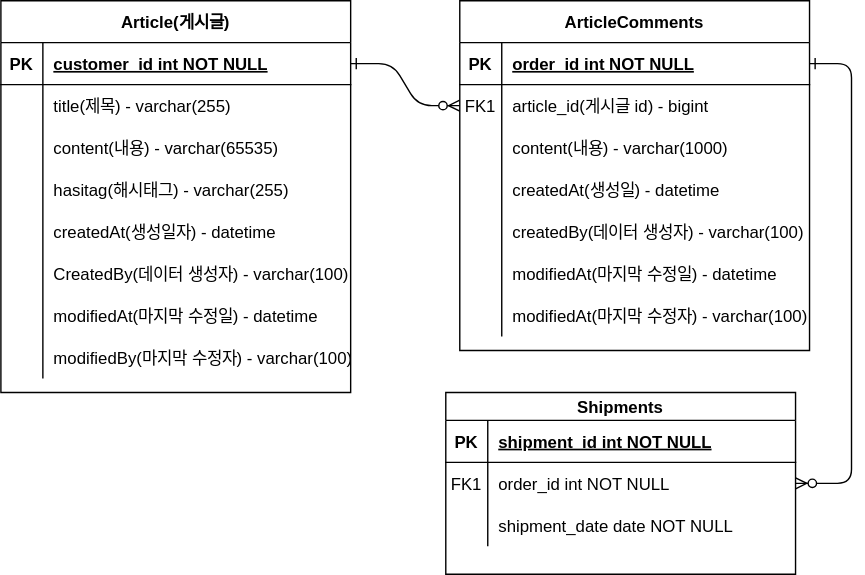
This is document/project-board-erd.drawio.svg from xron2929/fastcampus-project-board, a draw.io export, as it was before one commit. Source tidied: cells renumbered, new cells last; positions are measured from the earlier drawing's top-left corner, leaving out a move shared by most shapes.
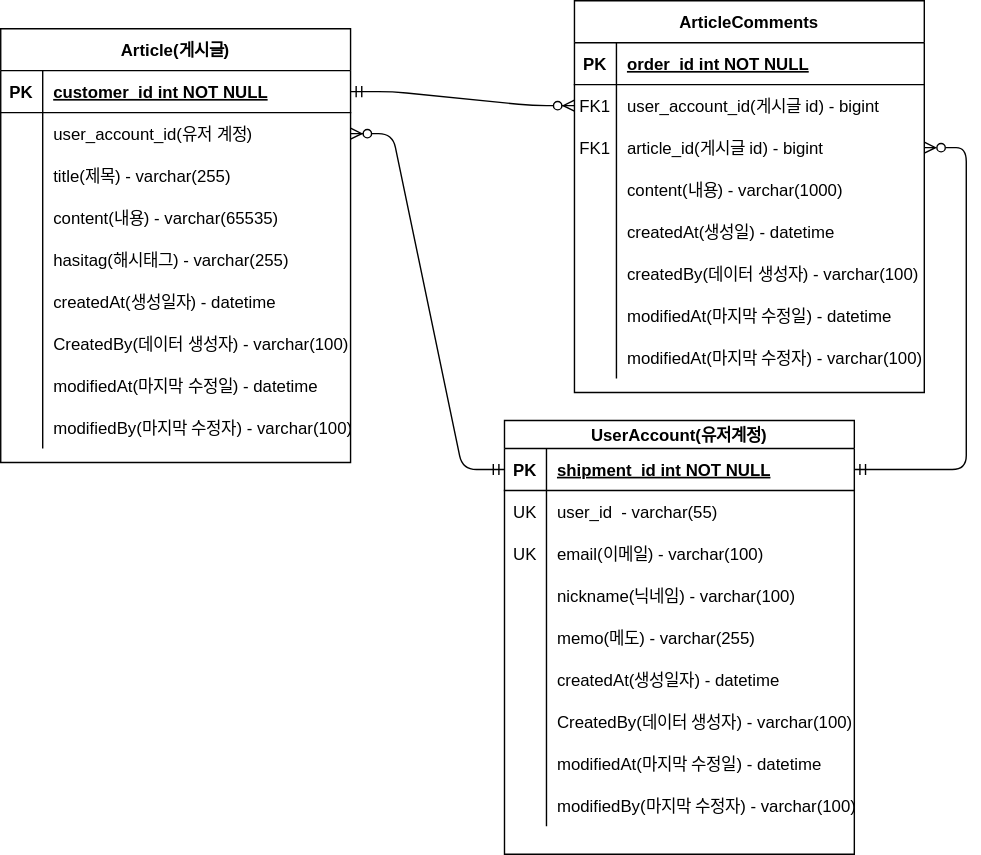
The same diagram one commit later.

What changed in the source:
```diff
@@ -2,14 +2,11 @@
   <root>
     <mxCell id="0" />
     <mxCell id="1" parent="0" />
-    <mxCell id="2" style="edgeStyle=entityRelationEdgeStyle;endArrow=ERzeroToMany;startArrow=ERone;endFill=1;startFill=0;" parent="1" edge="1" source="37" target="8">
-      <mxGeometry relative="1" as="geometry" />
-    </mxCell>
-    <mxCell id="3" style="edgeStyle=entityRelationEdgeStyle;endArrow=ERzeroToMany;startArrow=ERone;endFill=1;startFill=0;" parent="1" edge="1" source="5" target="30">
+    <mxCell id="3" style="edgeStyle=entityRelationEdgeStyle;endArrow=ERmandOne;startArrow=ERzeroToMany;endFill=0;startFill=0;entryX=1;entryY=0.5;entryDx=0;entryDy=0;" parent="1" edge="1" source="61" target="27">
       <mxGeometry relative="1" as="geometry" />
     </mxCell>
     <mxCell id="4" value="ArticleComments" style="shape=table;startSize=30;rowLines=0;fontStyle=1;align=center;" parent="1" vertex="1">
-      <mxGeometry x="328" width="250" height="250" as="geometry" />
+      <mxGeometry x="328" y="-20" width="250" height="280" as="geometry" />
     </mxCell>
     <mxCell id="5" style="shape=partialRectangle;fillColor=none;points=[[0,0.5],[1,0.5]];portConstraint=eastwest;top=0;left=0;right=0;bottom=1;" parent="4" vertex="1">
       <mxGeometry y="30" width="250" height="30" as="geometry" />
@@ -26,11 +23,20 @@
     <mxCell id="9" value="FK1" style="shape=partialRectangle;overflow=hidden;fillColor=none;top=0;left=0;bottom=0;right=0;" parent="8" vertex="1">
       <mxGeometry width="30" height="30" as="geometry" />
     </mxCell>
-    <mxCell id="10" value="article_id(게시글 id) - bigint" style="shape=partialRectangle;overflow=hidden;fillColor=none;top=0;left=0;bottom=0;right=0;align=left;spacingLeft=6;" parent="8" vertex="1">
+    <mxCell id="10" value="user_account_id(게시글 id) - bigint" style="shape=partialRectangle;overflow=hidden;fillColor=none;top=0;left=0;bottom=0;right=0;align=left;spacingLeft=6;" parent="8" vertex="1">
       <mxGeometry x="30" width="220" height="30" as="geometry" />
     </mxCell>
+    <mxCell id="61" style="shape=partialRectangle;fillColor=none;points=[[0,0.5],[1,0.5]];portConstraint=eastwest;top=0;left=0;right=0;bottom=0;" parent="4" vertex="1">
+      <mxGeometry y="90" width="250" height="30" as="geometry" />
+    </mxCell>
+    <mxCell id="62" value="FK1" style="shape=partialRectangle;overflow=hidden;fillColor=none;top=0;left=0;bottom=0;right=0;" parent="61" vertex="1">
+      <mxGeometry width="30" height="30" as="geometry" />
+    </mxCell>
+    <mxCell id="63" value="article_id(게시글 id) - bigint" style="shape=partialRectangle;overflow=hidden;fillColor=none;top=0;left=0;bottom=0;right=0;align=left;spacingLeft=6;" parent="61" vertex="1">
+      <mxGeometry x="30" width="220" height="30" as="geometry" />
+    </mxCell>
     <mxCell id="11" style="shape=partialRectangle;fillColor=none;top=0;left=0;right=0;bottom=0;" parent="4" vertex="1">
-      <mxGeometry y="90" width="250" height="30" as="geometry" />
+      <mxGeometry y="120" width="250" height="30" as="geometry" />
     </mxCell>
     <mxCell id="12" style="shape=partialRectangle;overflow=hidden;fillColor=none;top=0;left=0;bottom=0;right=0;" parent="11" vertex="1">
       <mxGeometry width="30" height="30" as="geometry" />
@@ -39,7 +45,7 @@
       <mxGeometry x="30" width="220" height="30" as="geometry" />
     </mxCell>
     <mxCell id="14" style="shape=partialRectangle;fillColor=none;top=0;left=0;right=0;bottom=0;" parent="4" vertex="1">
-      <mxGeometry y="120" width="250" height="30" as="geometry" />
+      <mxGeometry y="150" width="250" height="30" as="geometry" />
     </mxCell>
     <mxCell id="15" style="shape=partialRectangle;overflow=hidden;fillColor=none;top=0;left=0;bottom=0;right=0;" parent="14" vertex="1">
       <mxGeometry width="30" height="30" as="geometry" />
@@ -48,7 +54,7 @@
       <mxGeometry x="30" width="220" height="30" as="geometry" />
     </mxCell>
     <mxCell id="17" style="shape=partialRectangle;fillColor=none;top=0;left=0;right=0;bottom=0;" parent="4" vertex="1">
-      <mxGeometry y="150" width="250" height="30" as="geometry" />
+      <mxGeometry y="180" width="250" height="30" as="geometry" />
     </mxCell>
     <mxCell id="18" style="shape=partialRectangle;overflow=hidden;fillColor=none;top=0;left=0;bottom=0;right=0;" parent="17" vertex="1">
       <mxGeometry width="30" height="30" as="geometry" />
@@ -57,7 +63,7 @@
       <mxGeometry x="30" width="220" height="30" as="geometry" />
     </mxCell>
     <mxCell id="20" style="shape=partialRectangle;fillColor=none;top=0;left=0;right=0;bottom=0;" parent="4" vertex="1">
-      <mxGeometry y="180" width="250" height="30" as="geometry" />
+      <mxGeometry y="210" width="250" height="30" as="geometry" />
     </mxCell>
     <mxCell id="21" style="shape=partialRectangle;overflow=hidden;fillColor=none;top=0;left=0;bottom=0;right=0;" parent="20" vertex="1">
       <mxGeometry width="30" height="30" as="geometry" />
@@ -66,7 +72,7 @@
       <mxGeometry x="30" width="220" height="30" as="geometry" />
     </mxCell>
     <mxCell id="23" style="shape=partialRectangle;fillColor=none;top=0;left=0;right=0;bottom=0;" parent="4" vertex="1">
-      <mxGeometry y="210" width="250" height="30" as="geometry" />
+      <mxGeometry y="240" width="250" height="30" as="geometry" />
     </mxCell>
     <mxCell id="24" style="shape=partialRectangle;overflow=hidden;fillColor=none;top=0;left=0;bottom=0;right=0;" parent="23" vertex="1">
       <mxGeometry width="30" height="30" as="geometry" />
@@ -74,8 +80,8 @@
     <mxCell id="25" value="modifiedAt(마지막 수정자) - varchar(100)" style="shape=partialRectangle;overflow=hidden;fillColor=none;top=0;left=0;bottom=0;right=0;align=left;spacingLeft=6;" parent="23" vertex="1">
       <mxGeometry x="30" width="220" height="30" as="geometry" />
     </mxCell>
-    <mxCell id="26" value="Shipments" style="shape=table;startSize=20;rowLines=0;fontStyle=1;align=center;" parent="1" vertex="1">
-      <mxGeometry x="318" y="280" width="250" height="130" as="geometry" />
+    <mxCell id="26" value="UserAccount(유저계정)" style="shape=table;startSize=20;rowLines=0;fontStyle=1;align=center;" parent="1" vertex="1">
+      <mxGeometry x="278" y="280" width="250" height="310" as="geometry" />
     </mxCell>
     <mxCell id="27" style="shape=partialRectangle;fillColor=none;points=[[0,0.5],[1,0.5]];portConstraint=eastwest;top=0;left=0;right=0;bottom=1;" parent="26" vertex="1">
       <mxGeometry y="20" width="250" height="30" as="geometry" />
@@ -89,23 +95,80 @@
     <mxCell id="30" style="shape=partialRectangle;fillColor=none;points=[[0,0.5],[1,0.5]];portConstraint=eastwest;top=0;left=0;right=0;bottom=0;" parent="26" vertex="1">
       <mxGeometry y="50" width="250" height="30" as="geometry" />
     </mxCell>
-    <mxCell id="31" value="FK1" style="shape=partialRectangle;overflow=hidden;fillColor=none;top=0;left=0;bottom=0;right=0;" parent="30" vertex="1">
+    <mxCell id="31" value="UK" style="shape=partialRectangle;overflow=hidden;fillColor=none;top=0;left=0;bottom=0;right=0;" parent="30" vertex="1">
       <mxGeometry width="30" height="30" as="geometry" />
     </mxCell>
-    <mxCell id="32" value="order_id int NOT NULL" style="shape=partialRectangle;overflow=hidden;fillColor=none;top=0;left=0;bottom=0;right=0;align=left;spacingLeft=6;" parent="30" vertex="1">
+    <mxCell id="32" value="user_id  - varchar(55)" style="shape=partialRectangle;overflow=hidden;fillColor=none;top=0;left=0;bottom=0;right=0;align=left;spacingLeft=6;" parent="30" vertex="1">
       <mxGeometry x="30" width="220" height="30" as="geometry" />
     </mxCell>
     <mxCell id="33" style="shape=partialRectangle;fillColor=none;top=0;left=0;right=0;bottom=0;" parent="26" vertex="1">
       <mxGeometry y="80" width="250" height="30" as="geometry" />
     </mxCell>
-    <mxCell id="34" style="shape=partialRectangle;overflow=hidden;fillColor=none;top=0;left=0;bottom=0;right=0;" parent="33" vertex="1">
+    <mxCell id="34" value="UK" style="shape=partialRectangle;overflow=hidden;fillColor=none;top=0;left=0;bottom=0;right=0;" parent="33" vertex="1">
       <mxGeometry width="30" height="30" as="geometry" />
     </mxCell>
-    <mxCell id="35" value="shipment_date date NOT NULL" style="shape=partialRectangle;overflow=hidden;fillColor=none;top=0;left=0;bottom=0;right=0;align=left;spacingLeft=6;" parent="33" vertex="1">
+    <mxCell id="35" value="email(이메일) - varchar(100)" style="shape=partialRectangle;overflow=hidden;fillColor=none;top=0;left=0;bottom=0;right=0;align=left;spacingLeft=6;" parent="33" vertex="1">
       <mxGeometry x="30" width="220" height="30" as="geometry" />
     </mxCell>
+    <mxCell id="64" style="shape=partialRectangle;fillColor=none;top=0;left=0;right=0;bottom=0;" parent="26" vertex="1">
+      <mxGeometry y="110" width="250" height="30" as="geometry" />
+    </mxCell>
+    <mxCell id="65" style="shape=partialRectangle;overflow=hidden;fillColor=none;top=0;left=0;bottom=0;right=0;" parent="64" vertex="1">
+      <mxGeometry width="30" height="30" as="geometry" />
+    </mxCell>
+    <mxCell id="66" value="nickname(닉네임) - varchar(100)" style="shape=partialRectangle;overflow=hidden;fillColor=none;top=0;left=0;bottom=0;right=0;align=left;spacingLeft=6;" parent="64" vertex="1">
+      <mxGeometry x="30" width="220" height="30" as="geometry" />
+    </mxCell>
+    <mxCell id="67" style="shape=partialRectangle;fillColor=none;top=0;left=0;right=0;bottom=0;" parent="26" vertex="1">
+      <mxGeometry y="140" width="250" height="30" as="geometry" />
+    </mxCell>
+    <mxCell id="68" style="shape=partialRectangle;overflow=hidden;fillColor=none;top=0;left=0;bottom=0;right=0;" parent="67" vertex="1">
+      <mxGeometry width="30" height="30" as="geometry" />
+    </mxCell>
+    <mxCell id="69" value="memo(메도) - varchar(255)" style="shape=partialRectangle;overflow=hidden;fillColor=none;top=0;left=0;bottom=0;right=0;align=left;spacingLeft=6;" parent="67" vertex="1">
+      <mxGeometry x="30" width="220" height="30" as="geometry" />
+    </mxCell>
+    <mxCell id="70" style="shape=partialRectangle;fillColor=none;top=0;left=0;right=0;bottom=0;" parent="26" vertex="1">
+      <mxGeometry y="170" width="250" height="30" as="geometry" />
+    </mxCell>
+    <mxCell id="71" style="shape=partialRectangle;overflow=hidden;fillColor=none;top=0;left=0;bottom=0;right=0;" parent="70" vertex="1">
+      <mxGeometry width="30" height="30" as="geometry" />
+    </mxCell>
+    <mxCell id="72" value="createdAt(생성일자) - datetime" style="shape=partialRectangle;overflow=hidden;fillColor=none;top=0;left=0;bottom=0;right=0;align=left;spacingLeft=6;" parent="70" vertex="1">
+      <mxGeometry x="30" width="220" height="30" as="geometry" />
+    </mxCell>
+    <mxCell id="73" style="shape=partialRectangle;fillColor=none;top=0;left=0;right=0;bottom=0;" parent="26" vertex="1">
+      <mxGeometry y="200" width="250" height="30" as="geometry" />
+    </mxCell>
+    <mxCell id="74" style="shape=partialRectangle;overflow=hidden;fillColor=none;top=0;left=0;bottom=0;right=0;" parent="73" vertex="1">
+      <mxGeometry width="30" height="30" as="geometry" />
+    </mxCell>
+    <mxCell id="75" value="CreatedBy(데이터 생성자) - varchar(100)" style="shape=partialRectangle;overflow=hidden;fillColor=none;top=0;left=0;bottom=0;right=0;align=left;spacingLeft=6;" parent="73" vertex="1">
+      <mxGeometry x="30" width="220" height="30" as="geometry" />
+    </mxCell>
+    <mxCell id="76" style="shape=partialRectangle;fillColor=none;top=0;left=0;right=0;bottom=0;" parent="26" vertex="1">
+      <mxGeometry y="230" width="250" height="30" as="geometry" />
+    </mxCell>
+    <mxCell id="77" style="shape=partialRectangle;overflow=hidden;fillColor=none;top=0;left=0;bottom=0;right=0;" parent="76" vertex="1">
+      <mxGeometry width="30" height="30" as="geometry" />
+    </mxCell>
+    <mxCell id="78" value="modifiedAt(마지막 수정일) - datetime" style="shape=partialRectangle;overflow=hidden;fillColor=none;top=0;left=0;bottom=0;right=0;align=left;spacingLeft=6;" parent="76" vertex="1">
+      <mxGeometry x="30" width="220" height="30" as="geometry" />
+    </mxCell>
+    <mxCell id="79" style="shape=partialRectangle;fillColor=none;top=0;left=0;right=0;bottom=0;" parent="26" vertex="1">
+      <mxGeometry y="260" width="250" height="30" as="geometry" />
+    </mxCell>
+    <mxCell id="80" style="shape=partialRectangle;overflow=hidden;fillColor=none;top=0;left=0;bottom=0;right=0;" parent="79" vertex="1">
+      <mxGeometry width="30" height="30" as="geometry" />
+    </mxCell>
+    <mxCell id="81" value="modifiedBy(마지막 수정자) - varchar(100)" style="shape=partialRectangle;overflow=hidden;fillColor=none;top=0;left=0;bottom=0;right=0;align=left;spacingLeft=6;" parent="79" vertex="1">
+      <mxGeometry x="30" width="220" height="30" as="geometry" />
+    </mxCell>
+    <mxCell id="2" style="edgeStyle=entityRelationEdgeStyle;endArrow=ERzeroToMany;startArrow=ERmandOne;endFill=1;startFill=0;exitX=1;exitY=0.5;exitDx=0;exitDy=0;" parent="1" edge="1" source="37" target="8">
+      <mxGeometry relative="1" as="geometry" />
+    </mxCell>
     <mxCell id="36" value="Article(게시글)" style="shape=table;startSize=30;rowLines=0;fontStyle=1;align=center;" parent="1" vertex="1">
-      <mxGeometry width="250" height="280" as="geometry" />
+      <mxGeometry x="-82" width="250" height="310" as="geometry" />
     </mxCell>
     <mxCell id="37" style="shape=partialRectangle;fillColor=none;points=[[0,0.5],[1,0.5]];portConstraint=eastwest;top=0;left=0;right=0;bottom=1;" parent="36" vertex="1">
       <mxGeometry y="30" width="250" height="30" as="geometry" />
@@ -122,11 +185,20 @@
     <mxCell id="41" style="shape=partialRectangle;overflow=hidden;fillColor=none;top=0;left=0;bottom=0;right=0;" parent="40" vertex="1">
       <mxGeometry width="30" height="30" as="geometry" />
     </mxCell>
-    <mxCell id="42" value="title(제목) - varchar(255)" style="shape=partialRectangle;overflow=hidden;fillColor=none;top=0;left=0;bottom=0;right=0;align=left;spacingLeft=6;" parent="40" vertex="1">
+    <mxCell id="42" value="user_account_id(유저 계정)" style="shape=partialRectangle;overflow=hidden;fillColor=none;top=0;left=0;bottom=0;right=0;align=left;spacingLeft=6;" parent="40" vertex="1">
       <mxGeometry x="30" width="220" height="30" as="geometry" />
     </mxCell>
+    <mxCell id="82" style="shape=partialRectangle;fillColor=none;top=0;left=0;right=0;bottom=0;" parent="36" vertex="1">
+      <mxGeometry y="90" width="250" height="30" as="geometry" />
+    </mxCell>
+    <mxCell id="83" style="shape=partialRectangle;overflow=hidden;fillColor=none;top=0;left=0;bottom=0;right=0;" parent="82" vertex="1">
+      <mxGeometry width="30" height="30" as="geometry" />
+    </mxCell>
+    <mxCell id="84" value="title(제목) - varchar(255)" style="shape=partialRectangle;overflow=hidden;fillColor=none;top=0;left=0;bottom=0;right=0;align=left;spacingLeft=6;" parent="82" vertex="1">
+      <mxGeometry x="30" width="220" height="30" as="geometry" />
+    </mxCell>
     <mxCell id="43" style="shape=partialRectangle;fillColor=none;top=0;left=0;right=0;bottom=0;" parent="36" vertex="1">
-      <mxGeometry y="90" width="250" height="30" as="geometry" />
+      <mxGeometry y="120" width="250" height="30" as="geometry" />
     </mxCell>
     <mxCell id="44" style="shape=partialRectangle;overflow=hidden;fillColor=none;top=0;left=0;bottom=0;right=0;" parent="43" vertex="1">
       <mxGeometry width="30" height="30" as="geometry" />
@@ -135,7 +207,7 @@
       <mxGeometry x="30" width="220" height="30" as="geometry" />
     </mxCell>
     <mxCell id="46" style="shape=partialRectangle;fillColor=none;top=0;left=0;right=0;bottom=0;" parent="36" vertex="1">
-      <mxGeometry y="120" width="250" height="30" as="geometry" />
+      <mxGeometry y="150" width="250" height="30" as="geometry" />
     </mxCell>
     <mxCell id="47" style="shape=partialRectangle;overflow=hidden;fillColor=none;top=0;left=0;bottom=0;right=0;" parent="46" vertex="1">
       <mxGeometry width="30" height="30" as="geometry" />
@@ -144,7 +216,7 @@
       <mxGeometry x="30" width="220" height="30" as="geometry" />
     </mxCell>
     <mxCell id="49" style="shape=partialRectangle;fillColor=none;top=0;left=0;right=0;bottom=0;" parent="36" vertex="1">
-      <mxGeometry y="150" width="250" height="30" as="geometry" />
+      <mxGeometry y="180" width="250" height="30" as="geometry" />
     </mxCell>
     <mxCell id="50" style="shape=partialRectangle;overflow=hidden;fillColor=none;top=0;left=0;bottom=0;right=0;" parent="49" vertex="1">
       <mxGeometry width="30" height="30" as="geometry" />
@@ -153,7 +225,7 @@
       <mxGeometry x="30" width="220" height="30" as="geometry" />
     </mxCell>
     <mxCell id="52" style="shape=partialRectangle;fillColor=none;top=0;left=0;right=0;bottom=0;" parent="36" vertex="1">
-      <mxGeometry y="180" width="250" height="30" as="geometry" />
+      <mxGeometry y="210" width="250" height="30" as="geometry" />
     </mxCell>
     <mxCell id="53" style="shape=partialRectangle;overflow=hidden;fillColor=none;top=0;left=0;bottom=0;right=0;" parent="52" vertex="1">
       <mxGeometry width="30" height="30" as="geometry" />
@@ -162,7 +234,7 @@
       <mxGeometry x="30" width="220" height="30" as="geometry" />
     </mxCell>
     <mxCell id="55" style="shape=partialRectangle;fillColor=none;top=0;left=0;right=0;bottom=0;" parent="36" vertex="1">
-      <mxGeometry y="210" width="250" height="30" as="geometry" />
+      <mxGeometry y="240" width="250" height="30" as="geometry" />
     </mxCell>
     <mxCell id="56" style="shape=partialRectangle;overflow=hidden;fillColor=none;top=0;left=0;bottom=0;right=0;" parent="55" vertex="1">
       <mxGeometry width="30" height="30" as="geometry" />
@@ -171,7 +243,7 @@
       <mxGeometry x="30" width="220" height="30" as="geometry" />
     </mxCell>
     <mxCell id="58" style="shape=partialRectangle;fillColor=none;top=0;left=0;right=0;bottom=0;" parent="36" vertex="1">
-      <mxGeometry y="240" width="250" height="30" as="geometry" />
+      <mxGeometry y="270" width="250" height="30" as="geometry" />
     </mxCell>
     <mxCell id="59" style="shape=partialRectangle;overflow=hidden;fillColor=none;top=0;left=0;bottom=0;right=0;" parent="58" vertex="1">
       <mxGeometry width="30" height="30" as="geometry" />
@@ -179,5 +251,8 @@
     <mxCell id="60" value="modifiedBy(마지막 수정자) - varchar(100)" style="shape=partialRectangle;overflow=hidden;fillColor=none;top=0;left=0;bottom=0;right=0;align=left;spacingLeft=6;" parent="58" vertex="1">
       <mxGeometry x="30" width="220" height="30" as="geometry" />
     </mxCell>
+    <mxCell id="85" style="edgeStyle=entityRelationEdgeStyle;endArrow=ERzeroToMany;startArrow=ERmandOne;endFill=1;startFill=0;exitX=0;exitY=0.5;exitDx=0;exitDy=0;entryX=1;entryY=0.5;entryDx=0;entryDy=0;" parent="1" edge="1" source="27" target="40">
+      <mxGeometry relative="1" as="geometry" />
+    </mxCell>
   </root>
 </mxGraphModel>
```
